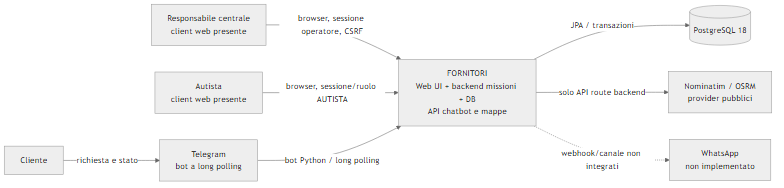
coluccimarco/fornitori-soccorso keeps this Mermaid diagram as docs/diagrams/rendered/system_context.png. Above is the earlier version. Its source is kept beside it as docs/diagrams/system_context.mmd.
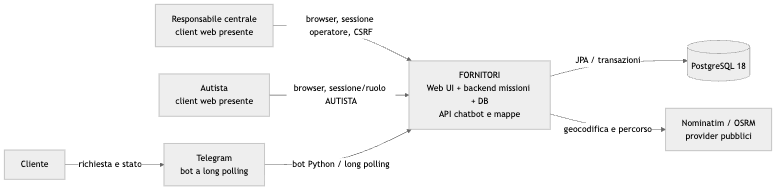
After the change.

The edit, as a diff of the source:
```diff
@@ -6,11 +6,9 @@
     Telegram["Telegram<br/>bot a long polling"]
     PostgreSQL[("PostgreSQL 18")]
     Maps["Nominatim / OSRM<br/>provider pubblici"]
-    WhatsApp["WhatsApp<br/>non implementato"]
     Ops -->|"browser, sessione operatore, CSRF"| System
     Driver -->|"browser, sessione/ruolo AUTISTA"| System
     Customer -->|"richiesta e stato"| Telegram
     Telegram -->|"bot Python / long polling"| System
     System -->|"JPA / transazioni"| PostgreSQL
-    System -->|"solo API route backend"| Maps
-    System -. "webhook/canale non integrati" .-> WhatsApp
+    System -->|"geocodifica e percorso"| Maps
```
